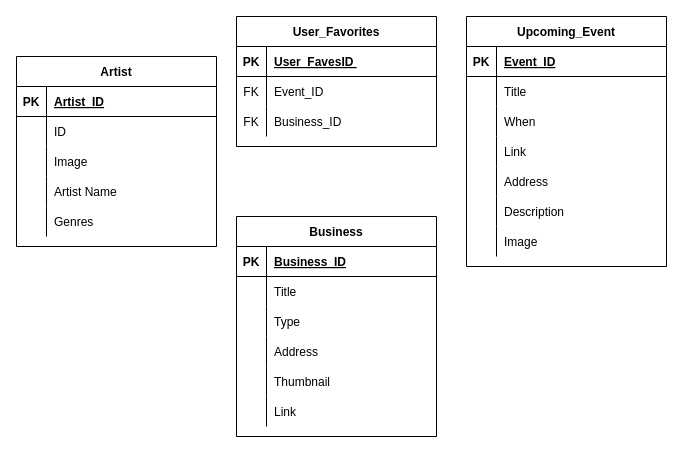
Earlier version of the draw.io diagram Untitled Diagram.drawio (NotNanetteKaye/FullStack-capstone2022). Source tidied: cells renumbered, new cells numbered last; positions are measured from the earlier drawing's top-left corner, leaving out a move shared by most shapes. Both pictures are drawn from the tidied source at 100%, with x=0, y=0 at pixel (16, 16).
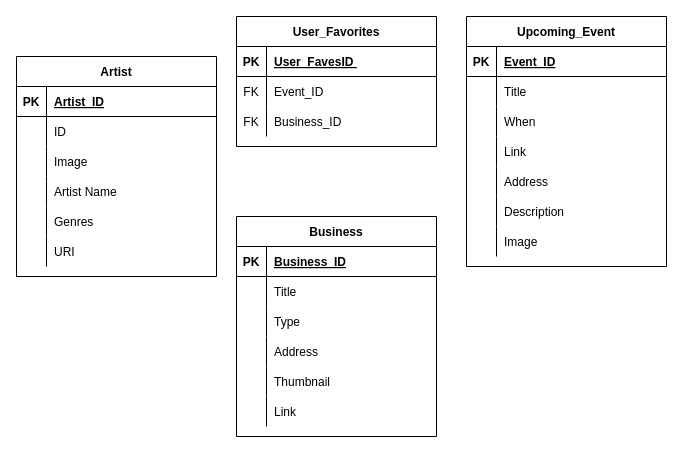
After the change.

Commit message:
Modified Artists table

What changed in the source:
```diff
@@
     <mxCell id="53" value="Artist" style="shape=table;startSize=30;childLayout=tableLayout;rowLines=0;fontStyle=1;align=center;" parent="1" vertex="1">
-      <mxGeometry y="40" width="200" height="190" as="geometry" />
+      <mxGeometry y="40" width="200" height="220" as="geometry" />
     </mxCell>
@@
+    <mxCell id="69" style="shape=partialRectangle;fillColor=none;top=0;left=0;right=0;bottom=0;" parent="53" vertex="1">
+      <mxGeometry y="180" width="200" height="30" as="geometry" />
+    </mxCell>
+    <mxCell id="70" style="shape=partialRectangle;overflow=hidden;fillColor=none;top=0;left=0;bottom=0;right=0;" parent="69" vertex="1">
+      <mxGeometry width="30" height="30" as="geometry" />
+    </mxCell>
+    <mxCell id="71" value="URI" style="shape=partialRectangle;overflow=hidden;fillColor=none;top=0;left=0;bottom=0;right=0;align=left;spacingLeft=6;" parent="69" vertex="1">
+      <mxGeometry x="30" width="170" height="30" as="geometry" />
+    </mxCell>
```
